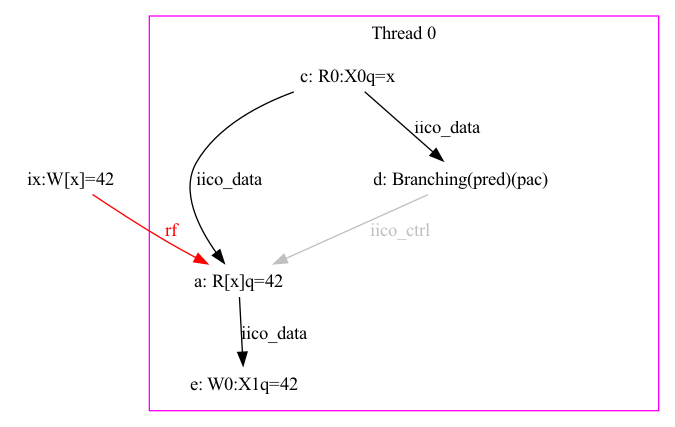
Before: pac_tests/notes/ldr_success.png, a diagram exported from Graphviz (herd/herdtools7). Its source is kept beside it as pac_tests/notes/ldr_success.dot.
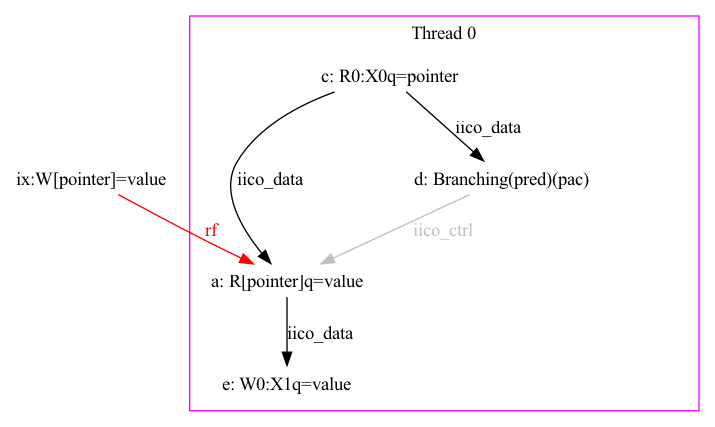
After the commit.

Diff of the diagram source:
```diff
@@ -1,10 +1,10 @@
 digraph G {
-    eiid1 [label="ix:W[x]=42", shape="none", fixedsize="false", height="0.194444", width="1.361111"];
+    eiid1 [label="ix:W[pointer]=value", shape="none", fixedsize="false", height="0.194444", width="1.361111"];
     subgraph cluster_proc0 { rank=sink; label = "Thread 0"; color=magenta; shape=box;
-        eiid0 [label="a: R[x]q=42", shape="none", fixedsize="false", height="0.194444", width="1.555556"];
-        eiid2 [label="c: R0:X0q=x", shape="none", fixedsize="false", height="0.194444", width="1.555556"];
+        eiid0 [label="a: R[pointer]q=value", shape="none", fixedsize="false", height="0.194444", width="1.555556"];
+        eiid2 [label="c: R0:X0q=pointer", shape="none", fixedsize="false", height="0.194444", width="1.555556"];
         eiid3 [label="d: Branching(pred)(pac)", shape="none", fixedsize="false", height="0.194444", width="3.888889"];
-        eiid4 [label="e: W0:X1q=42", shape="none", fixedsize="false", height="0.194444", width="1.750000"];
+        eiid4 [label="e: W0:X1q=value", shape="none", fixedsize="false", height="0.194444", width="1.750000"];
     }
     eiid0 -> eiid4 [label="iico_data", color="black", fontcolor="black"];
     eiid2 -> eiid0 [label="iico_data", color="black", fontcolor="black"];
```
